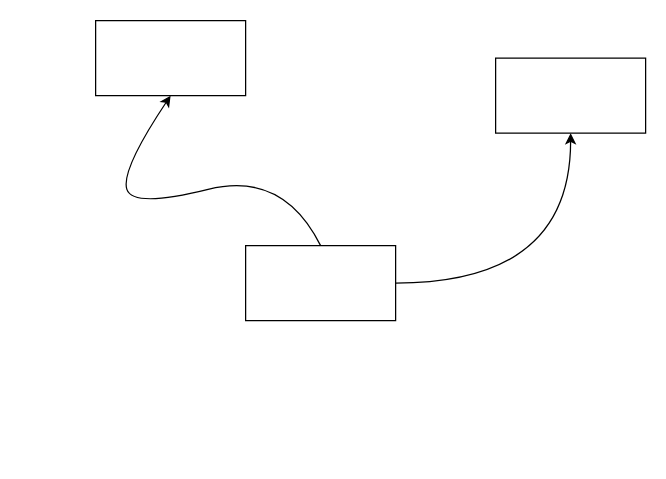
The draw.io diagram architecture_one/corearchitecture.drawio in f5devcentral/f2a, before the edit. Source tidied: cells renumbered, new cells numbered last; positions are measured from the earlier drawing's top-left corner, leaving out a move shared by most shapes. Both pictures are drawn from the tidied source at 125%, with x=0, y=0 at pixel (95, 20).
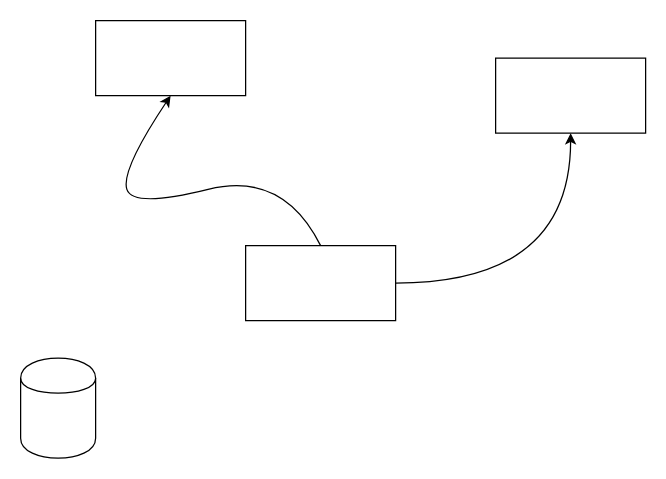
The same diagram, later.

Commit message:
database icon

Change to the diagram source:
```diff
@@
 <mxGraphModel>
   <root>
     <mxCell id="0" />
     <mxCell id="1" parent="0" />
     <mxCell id="2" style="edgeStyle=orthogonalEdgeStyle;curved=1;rounded=0;jettySize=auto;html=1;entryX=0.5;entryY=1;entryDx=0;entryDy=0;" parent="1" edge="1" source="3" target="6">
       <mxGeometry relative="1" as="geometry" />
     </mxCell>
     <mxCell id="3" style="rounded=0;whiteSpace=wrap;html=1;" parent="1" vertex="1">
       <mxGeometry x="120" y="180" width="120" height="60" as="geometry" />
     </mxCell>
     <mxCell id="4" style="rounded=0;whiteSpace=wrap;html=1;" parent="1" vertex="1">
       <mxGeometry width="120" height="60" as="geometry" />
     </mxCell>
     <mxCell id="5" style="curved=1;endArrow=classic;html=1;entryX=0.5;entryY=1;entryDx=0;entryDy=0;exitX=0.5;exitY=0;exitDx=0;exitDy=0;" parent="1" edge="1" source="3" target="4">
       <mxGeometry relative="1" as="geometry">
         <Array as="points">
           <mxPoint x="150" y="120" />
           <mxPoint x="30" y="150" />
           <mxPoint x="20" y="120" />
         </Array>
       </mxGeometry>
     </mxCell>
     <mxCell id="6" style="whiteSpace=wrap;html=1;" parent="1" vertex="1">
       <mxGeometry x="320" y="30" width="120" height="60" as="geometry" />
     </mxCell>
+    <mxCell id="7" style="shape=cylinder;whiteSpace=wrap;html=1;boundedLbl=1;backgroundOutline=1;" parent="1" vertex="1">
+      <mxGeometry x="-60" y="270" width="60" height="80" as="geometry" />
+    </mxCell>
   </root>
 </mxGraphModel>
```
